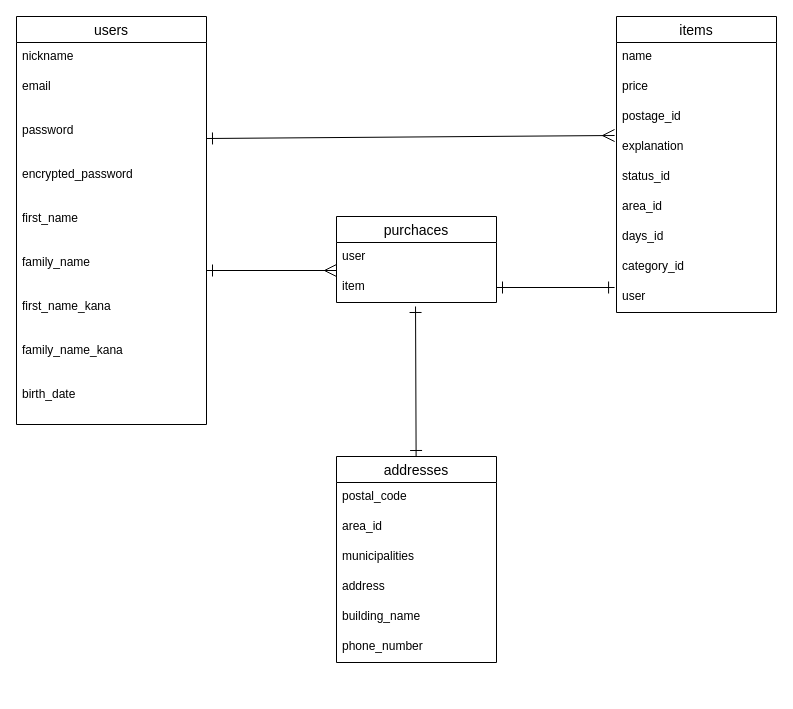
Earlier version of the draw.io diagram ER図.dio (MaybeYuuki/furima-38254). Source tidied: cells renumbered, new cells numbered last; positions are measured from the earlier drawing's top-left corner, leaving out a move shared by most shapes. Both pictures are drawn from the tidied source at 100%, with x=0, y=0 at pixel (16, 16).
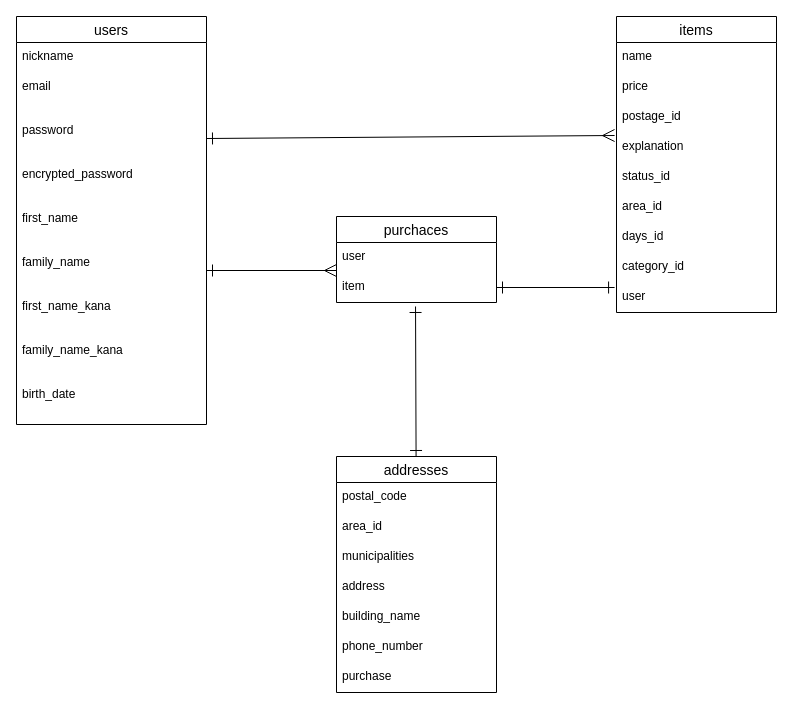
The same page after the edit.

Commit message:
ER図の修正4回目

What changed in the source:
```diff
@@
     <mxCell id="26" value="addresses" style="swimlane;fontStyle=0;horizontal=1;startSize=26;align=center;fontSize=14;" parent="1" vertex="1">
-      <mxGeometry x="320" y="440" width="160" height="206" as="geometry" />
+      <mxGeometry x="320" y="440" width="160" height="236" as="geometry" />
     </mxCell>
@@
+    <mxCell id="36" value="purchase" style="text;strokeColor=none;fillColor=none;spacingLeft=4;spacingRight=4;overflow=hidden;fontSize=12;" parent="26" vertex="1">
+      <mxGeometry y="206" width="160" height="30" as="geometry" />
+    </mxCell>
```
